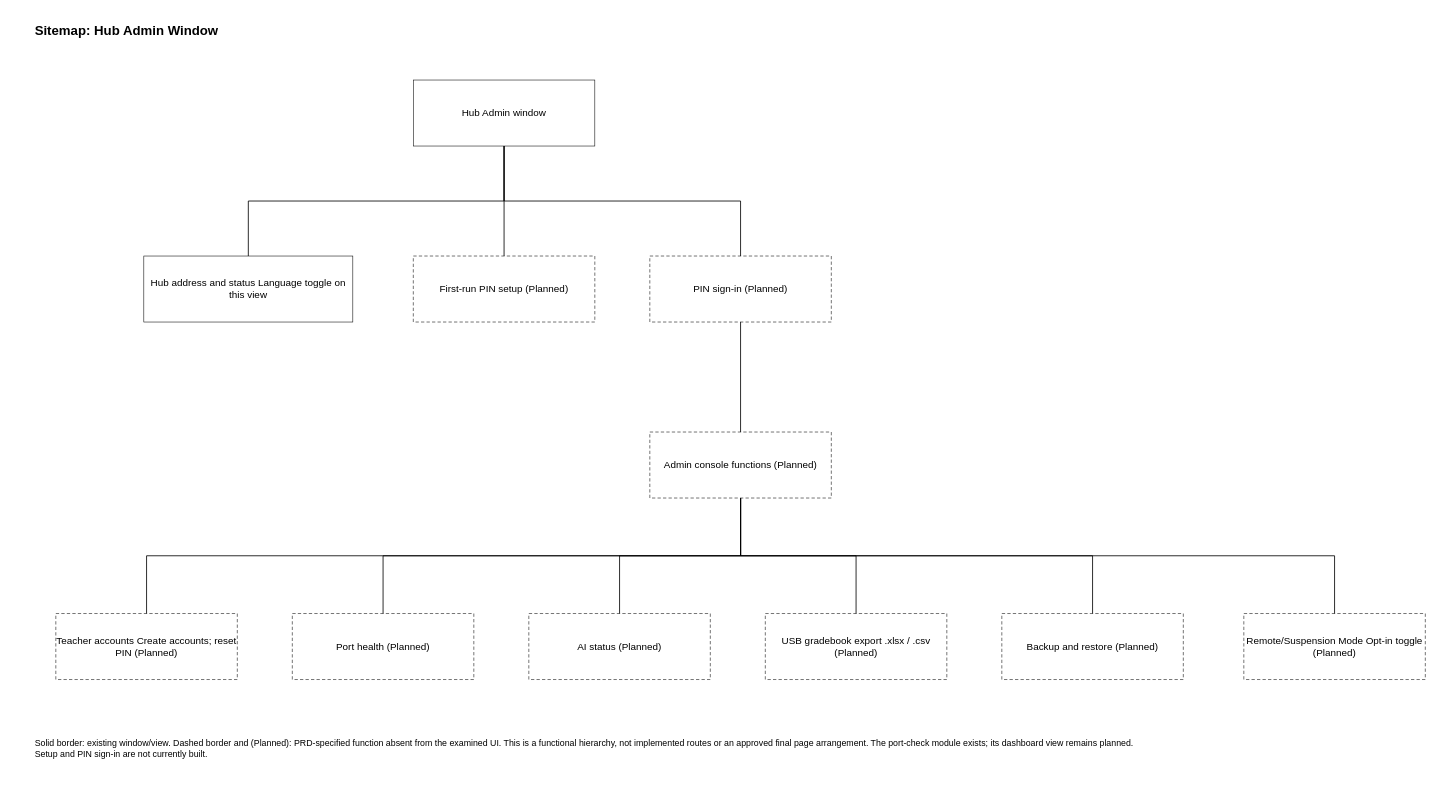
BootlegYouki/L.A.R.A keeps this draw.io diagram as docs/thesis/chapter-3/diagrams/sitemap-hub.drawio. Above is the earlier version. Source tidied: cells renumbered, new cells numbered last; positions are measured from the earlier drawing's top-left corner, leaving out a move shared by most shapes. Both pictures are drawn from the tidied source at 55%, with x=0, y=0 at pixel (34, 19).
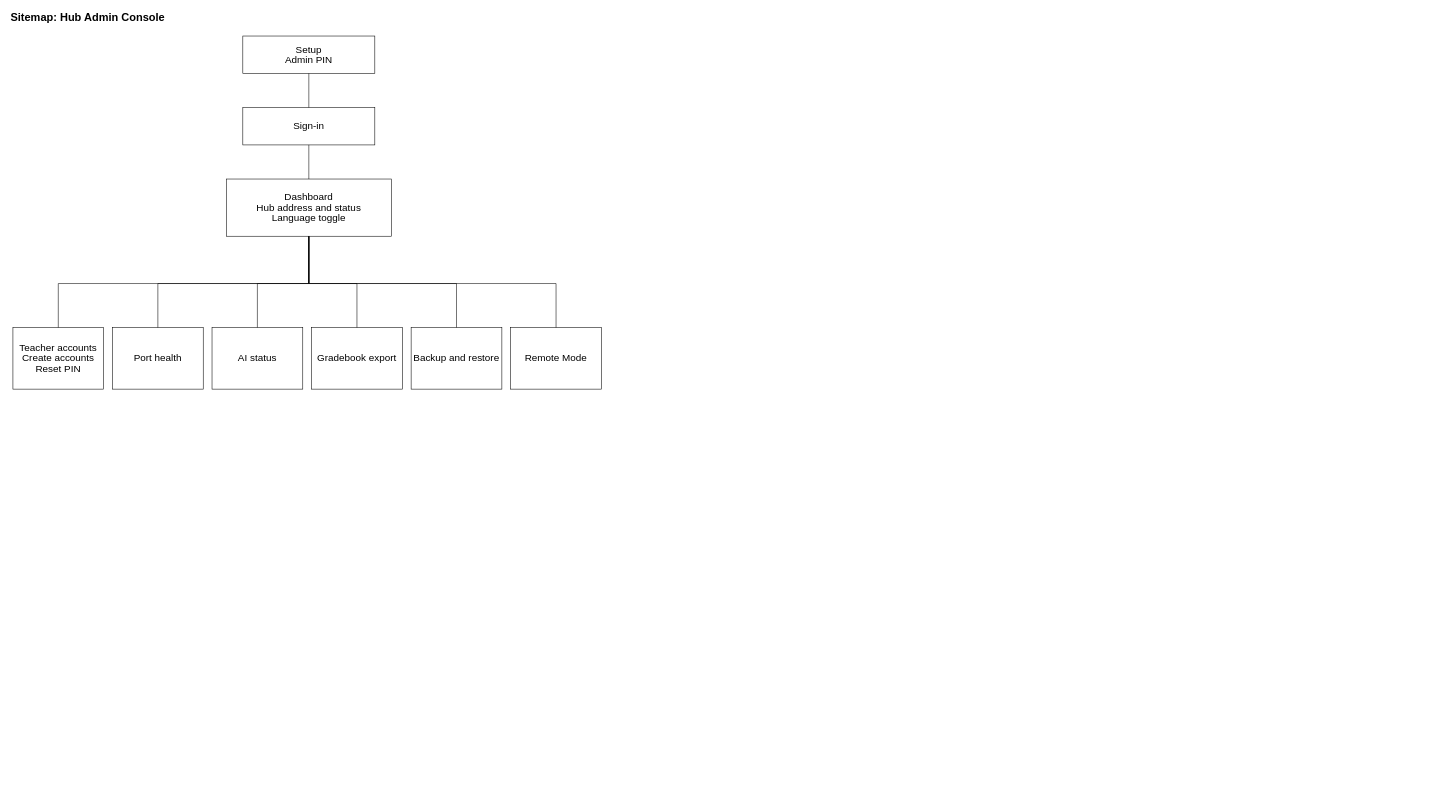
The same diagram, later.

Change to the diagram source:
```diff
@@
-    <mxCell id="2" value="&lt;div style=&quot;font-family:Arial;font-size:24px;line-height:1.2;font-weight:bold;white-space:normal;&quot;&gt;Sitemap: Hub Admin Window&lt;/div&gt;" style="text;html=1;align=left;verticalAlign=top;whiteSpace=wrap;overflow=hidden;strokeColor=none;fillColor=none;fontFamily=Arial;fontColor=#000000;fontSize=24;fontStyle=1;" parent="1" vertex="1">
-      <mxGeometry width="2530" height="55" as="geometry" />
+    <mxCell id="2" value="&lt;div style=&quot;font-family:Arial;font-size:20px;line-height:1.05;&quot;&gt;Sitemap: Hub Admin Console&lt;/div&gt;" style="html=1;whiteSpace=wrap;fontFamily=Arial;fontSize=20;fontColor=#000000;strokeColor=#000000;fillColor=#ffffff;text;strokeColor=none;fillColor=none;align=left;verticalAlign=middle;fontStyle=1;" parent="1" vertex="1">
+      <mxGeometry x="-44" y="-18" width="1088" height="30" as="geometry" />
     </mxCell>
-    <mxCell id="3" value="&lt;div style=&quot;font-family:Arial;font-size:18px;line-height:1.2;white-space:normal;&quot;&gt;Hub Admin window&lt;/div&gt;" style="strokeColor=#000000;fillColor=#ffffff;rounded=0;html=1;align=center;verticalAlign=middle;whiteSpace=wrap;fontFamily=Arial;fontColor=#000000;fontSize=18;" parent="1" vertex="1">
-      <mxGeometry x="690" y="110" width="330" height="120" as="geometry" />
-    </mxCell>
-    <mxCell id="4" value="&lt;div style=&quot;font-family:Arial;font-size:18px;line-height:1.2;white-space:normal;&quot;&gt;Hub address and status Language toggle on this view&lt;/div&gt;" style="strokeColor=#000000;fillColor=#ffffff;rounded=0;html=1;align=center;verticalAlign=middle;whiteSpace=wrap;fontFamily=Arial;fontColor=#000000;fontSize=18;" parent="1" vertex="1">
-      <mxGeometry x="200" y="430" width="380" height="120" as="geometry" />
-    </mxCell>
-    <mxCell id="5" value="&lt;div style=&quot;font-family:Arial;font-size:18px;line-height:1.2;white-space:normal;&quot;&gt;First-run PIN setup (Planned)&lt;/div&gt;" style="strokeColor=#000000;fillColor=#ffffff;rounded=0;html=1;align=center;verticalAlign=middle;whiteSpace=wrap;dashed=1;dashPattern=6 4;fontFamily=Arial;fontColor=#000000;fontSize=18;" parent="1" vertex="1">
-      <mxGeometry x="690" y="430" width="330" height="120" as="geometry" />
+    <mxCell id="5" value="&lt;div style=&quot;font-family:Arial;font-size:18px;line-height:1.05;&quot;&gt;Setup&lt;br&gt;Admin PIN&lt;/div&gt;" style="html=1;whiteSpace=wrap;fontFamily=Arial;fontSize=18;fontColor=#000000;strokeColor=#000000;fillColor=#ffffff;rounded=0;align=center;verticalAlign=middle;" parent="1" vertex="1">
+      <mxGeometry x="380" y="30" width="240" height="68" as="geometry" />
     </mxCell>
-    <mxCell id="6" value="&lt;div style=&quot;font-family:Arial;font-size:18px;line-height:1.2;white-space:normal;&quot;&gt;PIN sign-in (Planned)&lt;/div&gt;" style="strokeColor=#000000;fillColor=#ffffff;rounded=0;html=1;align=center;verticalAlign=middle;whiteSpace=wrap;dashed=1;dashPattern=6 4;fontFamily=Arial;fontColor=#000000;fontSize=18;" parent="1" vertex="1">
-      <mxGeometry x="1120" y="430" width="330" height="120" as="geometry" />
-    </mxCell>
-    <mxCell id="7" value="&lt;div style=&quot;font-family:Arial;font-size:18px;line-height:1.2;white-space:normal;&quot;&gt;Admin console functions (Planned)&lt;/div&gt;" style="strokeColor=#000000;fillColor=#ffffff;rounded=0;html=1;align=center;verticalAlign=middle;whiteSpace=wrap;dashed=1;dashPattern=6 4;fontFamily=Arial;fontColor=#000000;fontSize=18;" parent="1" vertex="1">
-      <mxGeometry x="1120" y="750" width="330" height="120" as="geometry" />
-    </mxCell>
+    <mxCell id="25" value="&lt;div style=&quot;font-family:Arial;font-size:18px;line-height:1.05;&quot;&gt;Sign-in&lt;/div&gt;" style="html=1;whiteSpace=wrap;fontFamily=Arial;fontSize=18;fontColor=#000000;strokeColor=#000000;fillColor=#ffffff;rounded=0;align=center;verticalAlign=middle;" parent="1" vertex="1">
+      <mxGeometry x="380" y="160" width="240" height="68" as="geometry" />
+    </mxCell>
+    <mxCell id="26" value="&lt;div style=&quot;font-family:Arial;font-size:18px;line-height:1.05;&quot;&gt;Dashboard&lt;br&gt;Hub address and status&lt;br&gt;Language toggle&lt;/div&gt;" style="html=1;whiteSpace=wrap;fontFamily=Arial;fontSize=18;fontColor=#000000;strokeColor=#000000;fillColor=#ffffff;rounded=0;align=center;verticalAlign=middle;" parent="1" vertex="1">
+      <mxGeometry x="350" y="290" width="300" height="104" as="geometry" />
+    </mxCell>
-    <mxCell id="8" value="&lt;div style=&quot;font-family:Arial;font-size:18px;line-height:1.2;white-space:normal;&quot;&gt;Teacher accounts Create accounts; reset PIN (Planned)&lt;/div&gt;" style="strokeColor=#000000;fillColor=#ffffff;rounded=0;html=1;align=center;verticalAlign=middle;whiteSpace=wrap;dashed=1;dashPattern=6 4;fontFamily=Arial;fontColor=#000000;fontSize=18;" parent="1" vertex="1">
-      <mxGeometry x="40" y="1080" width="330" height="120" as="geometry" />
+    <mxCell id="8" value="&lt;div style=&quot;font-family:Arial;font-size:18px;line-height:1.05;&quot;&gt;Teacher accounts&lt;br&gt;Create accounts&lt;br&gt;Reset PIN&lt;/div&gt;" style="html=1;whiteSpace=wrap;fontFamily=Arial;fontSize=18;fontColor=#000000;strokeColor=#000000;fillColor=#ffffff;rounded=0;align=center;verticalAlign=middle;" parent="1" vertex="1">
+      <mxGeometry x="-38" y="560" width="165" height="112" as="geometry" />
     </mxCell>
-    <mxCell id="9" value="&lt;div style=&quot;font-family:Arial;font-size:18px;line-height:1.2;white-space:normal;&quot;&gt;Port health (Planned)&lt;/div&gt;" style="strokeColor=#000000;fillColor=#ffffff;rounded=0;html=1;align=center;verticalAlign=middle;whiteSpace=wrap;dashed=1;dashPattern=6 4;fontFamily=Arial;fontColor=#000000;fontSize=18;" parent="1" vertex="1">
-      <mxGeometry x="470" y="1080" width="330" height="120" as="geometry" />
+    <mxCell id="9" value="&lt;div style=&quot;font-family:Arial;font-size:18px;line-height:1.05;&quot;&gt;Port health&lt;/div&gt;" style="html=1;whiteSpace=wrap;fontFamily=Arial;fontSize=18;fontColor=#000000;strokeColor=#000000;fillColor=#ffffff;rounded=0;align=center;verticalAlign=middle;" parent="1" vertex="1">
+      <mxGeometry x="143" y="560" width="165" height="112" as="geometry" />
     </mxCell>
-    <mxCell id="10" value="&lt;div style=&quot;font-family:Arial;font-size:18px;line-height:1.2;white-space:normal;&quot;&gt;AI status (Planned)&lt;/div&gt;" style="strokeColor=#000000;fillColor=#ffffff;rounded=0;html=1;align=center;verticalAlign=middle;whiteSpace=wrap;dashed=1;dashPattern=6 4;fontFamily=Arial;fontColor=#000000;fontSize=18;" parent="1" vertex="1">
-      <mxGeometry x="900" y="1080" width="330" height="120" as="geometry" />
+    <mxCell id="10" value="&lt;div style=&quot;font-family:Arial;font-size:18px;line-height:1.05;&quot;&gt;AI status&lt;/div&gt;" style="html=1;whiteSpace=wrap;fontFamily=Arial;fontSize=18;fontColor=#000000;strokeColor=#000000;fillColor=#ffffff;rounded=0;align=center;verticalAlign=middle;" parent="1" vertex="1">
+      <mxGeometry x="324" y="560" width="165" height="112" as="geometry" />
     </mxCell>
-    <mxCell id="11" value="&lt;div style=&quot;font-family:Arial;font-size:18px;line-height:1.2;white-space:normal;&quot;&gt;USB gradebook export .xlsx / .csv (Planned)&lt;/div&gt;" style="strokeColor=#000000;fillColor=#ffffff;rounded=0;html=1;align=center;verticalAlign=middle;whiteSpace=wrap;dashed=1;dashPattern=6 4;fontFamily=Arial;fontColor=#000000;fontSize=18;" parent="1" vertex="1">
-      <mxGeometry x="1330" y="1080" width="330" height="120" as="geometry" />
+    <mxCell id="11" value="&lt;div style=&quot;font-family:Arial;font-size:18px;line-height:1.05;&quot;&gt;Gradebook export&lt;/div&gt;" style="html=1;whiteSpace=wrap;fontFamily=Arial;fontSize=18;fontColor=#000000;strokeColor=#000000;fillColor=#ffffff;rounded=0;align=center;verticalAlign=middle;" parent="1" vertex="1">
+      <mxGeometry x="505" y="560" width="165" height="112" as="geometry" />
     </mxCell>
-    <mxCell id="12" value="&lt;div style=&quot;font-family:Arial;font-size:18px;line-height:1.2;white-space:normal;&quot;&gt;Backup and restore (Planned)&lt;/div&gt;" style="strokeColor=#000000;fillColor=#ffffff;rounded=0;html=1;align=center;verticalAlign=middle;whiteSpace=wrap;dashed=1;dashPattern=6 4;fontFamily=Arial;fontColor=#000000;fontSize=18;" parent="1" vertex="1">
-      <mxGeometry x="1760" y="1080" width="330" height="120" as="geometry" />
+    <mxCell id="12" value="&lt;div style=&quot;font-family:Arial;font-size:18px;line-height:1.05;&quot;&gt;Backup and restore&lt;/div&gt;" style="html=1;whiteSpace=wrap;fontFamily=Arial;fontSize=18;fontColor=#000000;strokeColor=#000000;fillColor=#ffffff;rounded=0;align=center;verticalAlign=middle;" parent="1" vertex="1">
+      <mxGeometry x="686" y="560" width="165" height="112" as="geometry" />
     </mxCell>
-    <mxCell id="13" value="&lt;div style=&quot;font-family:Arial;font-size:18px;line-height:1.2;white-space:normal;&quot;&gt;Remote/Suspension Mode Opt-in toggle (Planned)&lt;/div&gt;" style="strokeColor=#000000;fillColor=#ffffff;rounded=0;html=1;align=center;verticalAlign=middle;whiteSpace=wrap;dashed=1;dashPattern=6 4;fontFamily=Arial;fontColor=#000000;fontSize=18;" parent="1" vertex="1">
-      <mxGeometry x="2200" y="1080" width="330" height="120" as="geometry" />
+    <mxCell id="13" value="&lt;div style=&quot;font-family:Arial;font-size:18px;line-height:1.05;&quot;&gt;Remote Mode&lt;/div&gt;" style="html=1;whiteSpace=wrap;fontFamily=Arial;fontSize=18;fontColor=#000000;strokeColor=#000000;fillColor=#ffffff;rounded=0;align=center;verticalAlign=middle;" parent="1" vertex="1">
+      <mxGeometry x="867" y="560" width="165" height="112" as="geometry" />
     </mxCell>
-    <mxCell id="14" style="endArrow=block;endFill=1;labelBackgroundColor=#ffffff;endArrow=none;startArrow=none;edgeStyle=none;noEdgeStyle=1;rounded=0;jettySize=auto;html=1;fontFamily=Arial;fontSize=16;fontColor=#000000;strokeColor=#000000;strokeWidth=1.5;jumpStyle=arc;jumpSize=8;exitPerimeter=0;entryPerimeter=0;exitDx=0;exitDy=0;entryDx=0;entryDy=0;spacing=0;exitX=0.50000000;exitY=1.00000000;entryX=0.50000000;entryY=0.00000000;" parent="1" edge="1" source="3" target="4">
-      <mxGeometry relative="1" as="geometry">
-        <Array as="points">
-          <mxPoint x="855" y="330" />
-          <mxPoint x="390" y="330" />
-        </Array>
-      </mxGeometry>
-    </mxCell>
-    <mxCell id="15" style="endArrow=block;endFill=1;labelBackgroundColor=#ffffff;endArrow=none;startArrow=none;edgeStyle=none;noEdgeStyle=1;rounded=0;jettySize=auto;html=1;fontFamily=Arial;fontSize=16;fontColor=#000000;strokeColor=#000000;strokeWidth=1.5;jumpStyle=arc;jumpSize=8;exitPerimeter=0;entryPerimeter=0;exitDx=0;exitDy=0;entryDx=0;entryDy=0;spacing=0;exitX=0.50000000;exitY=1.00000000;entryX=0.50000000;entryY=0.00000000;" parent="1" edge="1" source="3" target="5">
-      <mxGeometry relative="1" as="geometry" />
-    </mxCell>
-    <mxCell id="16" style="endArrow=block;endFill=1;labelBackgroundColor=#ffffff;endArrow=none;startArrow=none;edgeStyle=none;noEdgeStyle=1;rounded=0;jettySize=auto;html=1;fontFamily=Arial;fontSize=16;fontColor=#000000;strokeColor=#000000;strokeWidth=1.5;jumpStyle=arc;jumpSize=8;exitPerimeter=0;entryPerimeter=0;exitDx=0;exitDy=0;entryDx=0;entryDy=0;spacing=0;exitX=0.50000000;exitY=1.00000000;entryX=0.50000000;entryY=0.00000000;" parent="1" edge="1" source="3" target="6">
-      <mxGeometry relative="1" as="geometry">
-        <Array as="points">
-          <mxPoint x="855" y="330" />
-          <mxPoint x="1285" y="330" />
-        </Array>
-      </mxGeometry>
-    </mxCell>
-    <mxCell id="17" style="endArrow=block;endFill=1;labelBackgroundColor=#ffffff;endArrow=none;startArrow=none;edgeStyle=none;noEdgeStyle=1;rounded=0;jettySize=auto;html=1;fontFamily=Arial;fontSize=16;fontColor=#000000;strokeColor=#000000;strokeWidth=1.5;jumpStyle=arc;jumpSize=8;exitPerimeter=0;entryPerimeter=0;exitDx=0;exitDy=0;entryDx=0;entryDy=0;spacing=0;exitX=0.50000000;exitY=1.00000000;entryX=0.50000000;entryY=0.00000000;" parent="1" edge="1" source="6" target="7">
-      <mxGeometry relative="1" as="geometry" />
-    </mxCell>
-    <mxCell id="18" style="endArrow=block;endFill=1;labelBackgroundColor=#ffffff;endArrow=none;startArrow=none;edgeStyle=none;noEdgeStyle=1;rounded=0;jettySize=auto;html=1;fontFamily=Arial;fontSize=16;fontColor=#000000;strokeColor=#000000;strokeWidth=1.5;jumpStyle=arc;jumpSize=8;exitPerimeter=0;entryPerimeter=0;exitDx=0;exitDy=0;entryDx=0;entryDy=0;spacing=0;exitX=0.50000000;exitY=1.00000000;entryX=0.50000000;entryY=0.00000000;" parent="1" edge="1" source="7" target="8">
-      <mxGeometry relative="1" as="geometry">
-        <Array as="points">
-          <mxPoint x="1285" y="975" />
-          <mxPoint x="205" y="975" />
-        </Array>
-      </mxGeometry>
-    </mxCell>
-    <mxCell id="19" style="endArrow=block;endFill=1;labelBackgroundColor=#ffffff;endArrow=none;startArrow=none;edgeStyle=none;noEdgeStyle=1;rounded=0;jettySize=auto;html=1;fontFamily=Arial;fontSize=16;fontColor=#000000;strokeColor=#000000;strokeWidth=1.5;jumpStyle=arc;jumpSize=8;exitPerimeter=0;entryPerimeter=0;exitDx=0;exitDy=0;entryDx=0;entryDy=0;spacing=0;exitX=0.50000000;exitY=1.00000000;entryX=0.50000000;entryY=0.00000000;" parent="1" edge="1" source="7" target="9">
-      <mxGeometry relative="1" as="geometry">
-        <Array as="points">
-          <mxPoint x="1285" y="975" />
-          <mxPoint x="635" y="975" />
-        </Array>
-      </mxGeometry>
-    </mxCell>
-    <mxCell id="20" style="endArrow=block;endFill=1;labelBackgroundColor=#ffffff;endArrow=none;startArrow=none;edgeStyle=none;noEdgeStyle=1;rounded=0;jettySize=auto;html=1;fontFamily=Arial;fontSize=16;fontColor=#000000;strokeColor=#000000;strokeWidth=1.5;jumpStyle=arc;jumpSize=8;exitPerimeter=0;entryPerimeter=0;exitDx=0;exitDy=0;entryDx=0;entryDy=0;spacing=0;exitX=0.50000000;exitY=1.00000000;entryX=0.50000000;entryY=0.00000000;" parent="1" edge="1" source="7" target="10">
-      <mxGeometry relative="1" as="geometry">
-        <Array as="points">
-          <mxPoint x="1285" y="975" />
-          <mxPoint x="1065" y="975" />
-        </Array>
-      </mxGeometry>
-    </mxCell>
-    <mxCell id="21" style="endArrow=block;endFill=1;labelBackgroundColor=#ffffff;endArrow=none;startArrow=none;edgeStyle=none;noEdgeStyle=1;rounded=0;jettySize=auto;html=1;fontFamily=Arial;fontSize=16;fontColor=#000000;strokeColor=#000000;strokeWidth=1.5;jumpStyle=arc;jumpSize=8;exitPerimeter=0;entryPerimeter=0;exitDx=0;exitDy=0;entryDx=0;entryDy=0;spacing=0;exitX=0.50000000;exitY=1.00000000;entryX=0.50000000;entryY=0.00000000;" parent="1" edge="1" source="7" target="11">
-      <mxGeometry relative="1" as="geometry">
-        <Array as="points">
-          <mxPoint x="1285" y="975" />
-          <mxPoint x="1495" y="975" />
-        </Array>
-      </mxGeometry>
-    </mxCell>
-    <mxCell id="22" style="endArrow=block;endFill=1;labelBackgroundColor=#ffffff;endArrow=none;startArrow=none;edgeStyle=none;noEdgeStyle=1;rounded=0;jettySize=auto;html=1;fontFamily=Arial;fontSize=16;fontColor=#000000;strokeColor=#000000;strokeWidth=1.5;jumpStyle=arc;jumpSize=8;exitPerimeter=0;entryPerimeter=0;exitDx=0;exitDy=0;entryDx=0;entryDy=0;spacing=0;exitX=0.50000000;exitY=1.00000000;entryX=0.50000000;entryY=0.00000000;" parent="1" edge="1" source="7" target="12">
-      <mxGeometry relative="1" as="geometry">
-        <Array as="points">
-          <mxPoint x="1285" y="975" />
-          <mxPoint x="1925" y="975" />
-        </Array>
-      </mxGeometry>
-    </mxCell>
-    <mxCell id="23" style="endArrow=block;endFill=1;labelBackgroundColor=#ffffff;endArrow=none;startArrow=none;edgeStyle=none;noEdgeStyle=1;rounded=0;jettySize=auto;html=1;fontFamily=Arial;fontSize=16;fontColor=#000000;strokeColor=#000000;strokeWidth=1.5;jumpStyle=arc;jumpSize=8;exitPerimeter=0;entryPerimeter=0;exitDx=0;exitDy=0;entryDx=0;entryDy=0;spacing=0;exitX=0.50000000;exitY=1.00000000;entryX=0.50000000;entryY=0.00000000;" parent="1" edge="1" source="7" target="13">
-      <mxGeometry relative="1" as="geometry">
-        <Array as="points">
-          <mxPoint x="1285" y="975" />
-          <mxPoint x="2365" y="975" />
-        </Array>
-      </mxGeometry>
-    </mxCell>
-    <mxCell id="24" value="&lt;div style=&quot;font-family:Arial;font-size:16px;line-height:1.2;white-space:normal;&quot;&gt;Solid border: existing window/view. Dashed border and (Planned): PRD-specified function absent from the examined UI. This is a functional hierarchy, not implemented routes or an approved final page arrangement. The port-check module exists; its dashboard view remains planned. Setup and PIN sign-in are not currently built.&lt;/div&gt;" style="text;html=1;align=left;verticalAlign=top;whiteSpace=wrap;overflow=hidden;strokeColor=none;fillColor=none;fontStyle=0;fontFamily=Arial;fontColor=#000000;fontSize=16;" parent="1" vertex="1">
-      <mxGeometry y="1300" width="2000" height="120" as="geometry" />
-    </mxCell>
+    <mxCell id="27" style="edgeStyle=none;noEdgeStyle=1;rounded=0;html=1;jettySize=auto;strokeColor=#000000;strokeWidth=1;fillColor=#ffffff;fontColor=#000000;fontFamily=Arial;fontSize=15;exitX=0.5;exitY=1;entryX=0.5;entryY=0;exitPerimeter=0;entryPerimeter=0;startArrow=none;endArrow=none;" parent="1" edge="1" source="5" target="25">
+      <mxGeometry relative="1" as="geometry" />
+    </mxCell>
+    <mxCell id="28" style="edgeStyle=none;noEdgeStyle=1;rounded=0;html=1;jettySize=auto;strokeColor=#000000;strokeWidth=1;fillColor=#ffffff;fontColor=#000000;fontFamily=Arial;fontSize=15;exitX=0.5;exitY=1;entryX=0.5;entryY=0;exitPerimeter=0;entryPerimeter=0;startArrow=none;endArrow=none;" parent="1" edge="1" source="25" target="26">
+      <mxGeometry relative="1" as="geometry" />
+    </mxCell>
+    <mxCell id="29" style="edgeStyle=none;noEdgeStyle=1;rounded=0;html=1;jettySize=auto;strokeColor=#000000;strokeWidth=1;fillColor=#ffffff;fontColor=#000000;fontFamily=Arial;fontSize=15;exitX=0.5;exitY=1;entryX=0.5;entryY=0;exitPerimeter=0;entryPerimeter=0;startArrow=none;endArrow=none;" parent="1" edge="1" source="26" target="8">
+      <mxGeometry relative="1" as="geometry">
+        <Array as="points">
+          <mxPoint x="500" y="480" />
+          <mxPoint x="44.5" y="480" />
+        </Array>
+      </mxGeometry>
+    </mxCell>
+    <mxCell id="30" style="edgeStyle=none;noEdgeStyle=1;rounded=0;html=1;jettySize=auto;strokeColor=#000000;strokeWidth=1;fillColor=#ffffff;fontColor=#000000;fontFamily=Arial;fontSize=15;exitX=0.5;exitY=1;entryX=0.5;entryY=0;exitPerimeter=0;entryPerimeter=0;startArrow=none;endArrow=none;" parent="1" edge="1" source="26" target="9">
+      <mxGeometry relative="1" as="geometry">
+        <Array as="points">
+          <mxPoint x="500" y="480" />
+          <mxPoint x="225.5" y="480" />
+        </Array>
+      </mxGeometry>
+    </mxCell>
+    <mxCell id="31" style="edgeStyle=none;noEdgeStyle=1;rounded=0;html=1;jettySize=auto;strokeColor=#000000;strokeWidth=1;fillColor=#ffffff;fontColor=#000000;fontFamily=Arial;fontSize=15;exitX=0.5;exitY=1;entryX=0.5;entryY=0;exitPerimeter=0;entryPerimeter=0;startArrow=none;endArrow=none;" parent="1" edge="1" source="26" target="10">
+      <mxGeometry relative="1" as="geometry">
+        <Array as="points">
+          <mxPoint x="500" y="480" />
+          <mxPoint x="406.5" y="480" />
+        </Array>
+      </mxGeometry>
+    </mxCell>
+    <mxCell id="32" style="edgeStyle=none;noEdgeStyle=1;rounded=0;html=1;jettySize=auto;strokeColor=#000000;strokeWidth=1;fillColor=#ffffff;fontColor=#000000;fontFamily=Arial;fontSize=15;exitX=0.5;exitY=1;entryX=0.5;entryY=0;exitPerimeter=0;entryPerimeter=0;startArrow=none;endArrow=none;" parent="1" edge="1" source="26" target="11">
+      <mxGeometry relative="1" as="geometry">
+        <Array as="points">
+          <mxPoint x="500" y="480" />
+          <mxPoint x="587.5" y="480" />
+        </Array>
+      </mxGeometry>
+    </mxCell>
+    <mxCell id="33" style="edgeStyle=none;noEdgeStyle=1;rounded=0;html=1;jettySize=auto;strokeColor=#000000;strokeWidth=1;fillColor=#ffffff;fontColor=#000000;fontFamily=Arial;fontSize=15;exitX=0.5;exitY=1;entryX=0.5;entryY=0;exitPerimeter=0;entryPerimeter=0;startArrow=none;endArrow=none;" parent="1" edge="1" source="26" target="12">
+      <mxGeometry relative="1" as="geometry">
+        <Array as="points">
+          <mxPoint x="500" y="480" />
+          <mxPoint x="768.5" y="480" />
+        </Array>
+      </mxGeometry>
+    </mxCell>
+    <mxCell id="34" style="edgeStyle=none;noEdgeStyle=1;rounded=0;html=1;jettySize=auto;strokeColor=#000000;strokeWidth=1;fillColor=#ffffff;fontColor=#000000;fontFamily=Arial;fontSize=15;exitX=0.5;exitY=1;entryX=0.5;entryY=0;exitPerimeter=0;entryPerimeter=0;startArrow=none;endArrow=none;" parent="1" edge="1" source="26" target="13">
+      <mxGeometry relative="1" as="geometry">
+        <Array as="points">
+          <mxPoint x="500" y="480" />
+          <mxPoint x="949.5" y="480" />
+        </Array>
+      </mxGeometry>
+    </mxCell>
```
